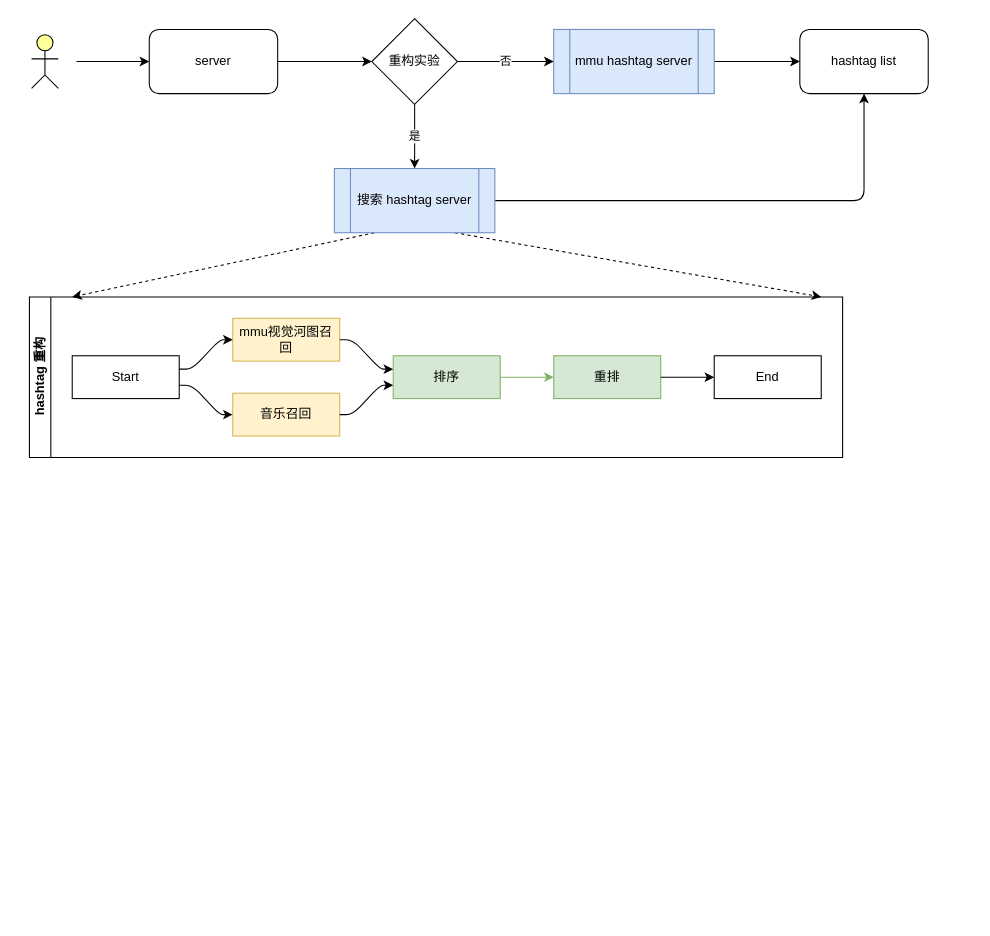
The draw.io diagram hashtag-reco.drawio in AmaniCheung/draw.io, before the edit. Source tidied: cells renumbered, new cells numbered last; positions are measured from the earlier drawing's top-left corner, leaving out a move shared by most shapes. Both pictures are drawn from the tidied source at 107%, with x=0, y=0 at pixel (29, 18).
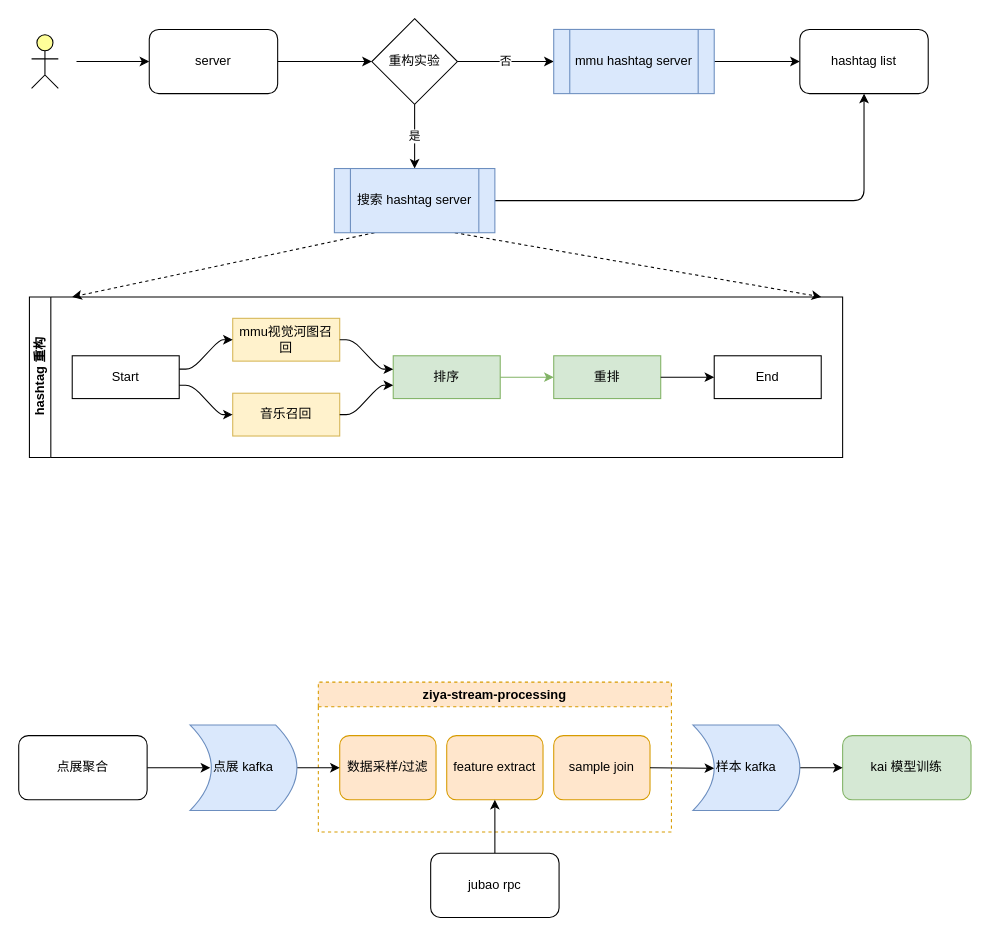
Above is the later version.

What changed in the source:
```diff
@@
+    <mxCell id="29" value="ziya-stream-processing" style="swimlane;whiteSpace=wrap;html=1;dashed=1;fillColor=#ffe6cc;strokeColor=#d79b00;" parent="1" vertex="1">
+      <mxGeometry x="270" y="620" width="330" height="140" as="geometry" />
+    </mxCell>
+    <mxCell id="30" value="数据采样/过滤" style="whiteSpace=wrap;html=1;rounded=1;fillColor=#ffe6cc;strokeColor=#d79b00;" parent="29" vertex="1">
+      <mxGeometry x="20" y="50" width="90" height="60" as="geometry" />
+    </mxCell>
+    <mxCell id="31" value="sample join" style="whiteSpace=wrap;html=1;rounded=1;fillColor=#ffe6cc;strokeColor=#d79b00;" parent="29" vertex="1">
+      <mxGeometry x="220" y="50" width="90" height="60" as="geometry" />
+    </mxCell>
+    <mxCell id="32" value="feature extract" style="whiteSpace=wrap;html=1;rounded=1;fillColor=#ffe6cc;strokeColor=#d79b00;" parent="29" vertex="1">
+      <mxGeometry x="120" y="50" width="90" height="60" as="geometry" />
+    </mxCell>
+    <mxCell id="33" style="edgeStyle=none;html=1;exitX=1;exitY=0.5;exitDx=0;exitDy=0;entryX=0.81;entryY=0.5;entryDx=0;entryDy=0;entryPerimeter=0;" parent="1" edge="1" source="34" target="36">
+      <mxGeometry relative="1" as="geometry" />
+    </mxCell>
+    <mxCell id="34" value="点展聚合" style="rounded=1;whiteSpace=wrap;html=1;" parent="1" vertex="1">
+      <mxGeometry x="-10" y="670" width="120" height="60" as="geometry" />
+    </mxCell>
+    <mxCell id="35" style="edgeStyle=none;html=1;exitX=0;exitY=0.5;exitDx=0;exitDy=0;" parent="1" edge="1" source="36" target="30">
+      <mxGeometry relative="1" as="geometry" />
+    </mxCell>
+    <mxCell id="36" value="点展 kafka" style="shape=dataStorage;whiteSpace=wrap;html=1;fixedSize=1;direction=west;fillColor=#dae8fc;strokeColor=#6c8ebf;" parent="1" vertex="1">
+      <mxGeometry x="150" y="660" width="100" height="80" as="geometry" />
+    </mxCell>
+    <mxCell id="37" value="kai 模型训练" style="whiteSpace=wrap;html=1;rounded=1;fillColor=#d5e8d4;strokeColor=#82b366;" parent="1" vertex="1">
+      <mxGeometry x="760" y="670" width="120" height="60" as="geometry" />
+    </mxCell>
+    <mxCell id="38" style="edgeStyle=none;html=1;exitX=0.5;exitY=0;exitDx=0;exitDy=0;entryX=0.5;entryY=1;entryDx=0;entryDy=0;" parent="1" edge="1" source="39" target="32">
+      <mxGeometry relative="1" as="geometry" />
+    </mxCell>
+    <mxCell id="39" value="jubao rpc" style="whiteSpace=wrap;html=1;rounded=1;" parent="1" vertex="1">
+      <mxGeometry x="375" y="780" width="120" height="60" as="geometry" />
+    </mxCell>
+    <mxCell id="40" style="edgeStyle=none;html=1;exitX=0;exitY=0.5;exitDx=0;exitDy=0;" parent="1" edge="1" source="41" target="37">
+      <mxGeometry relative="1" as="geometry" />
+    </mxCell>
+    <mxCell id="41" value="样本 kafka" style="shape=dataStorage;whiteSpace=wrap;html=1;fixedSize=1;direction=west;fillColor=#dae8fc;strokeColor=#6c8ebf;" parent="1" vertex="1">
+      <mxGeometry x="620" y="660" width="100" height="80" as="geometry" />
+    </mxCell>
+    <mxCell id="42" style="edgeStyle=none;html=1;exitX=1;exitY=0.5;exitDx=0;exitDy=0;entryX=0.8;entryY=0.494;entryDx=0;entryDy=0;entryPerimeter=0;" parent="1" edge="1" source="31" target="41">
+      <mxGeometry relative="1" as="geometry" />
+    </mxCell>
```
